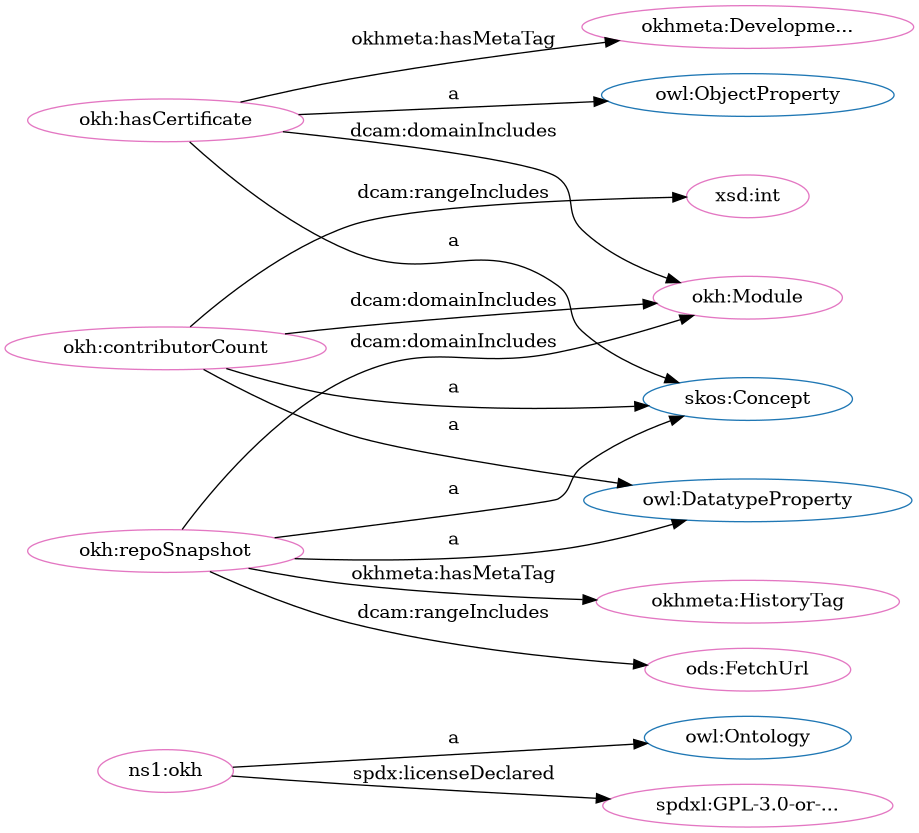
The Graphviz diagram src/spec/dot_okh_proposed.png in iop-alliance/OpenKnowHow, before a commit. Its source is kept beside it as src/spec/dot_okh_proposed.dot.
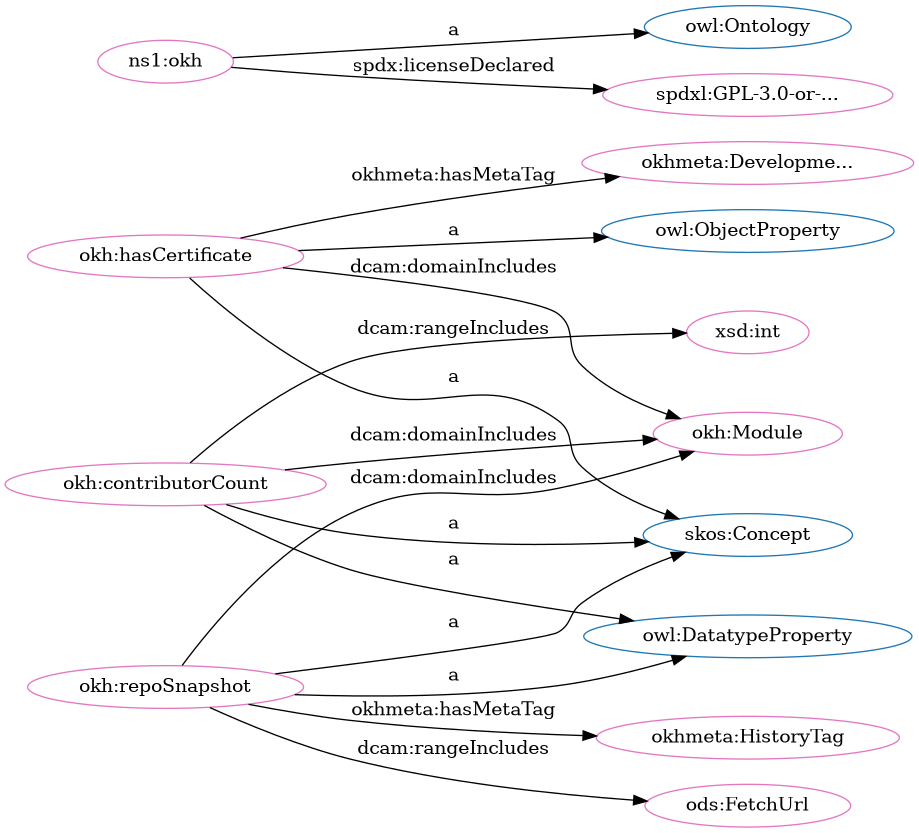
The same diagram one commit later.

The edit, as a diff of the source:
```diff
@@ -1,33 +1,33 @@
 digraph G {
   rankdir=BT
   node[height=.3]
+"http://www.w3.org/2004/02/skos/core#Concept" [fillcolor="#1f77b4" color="#1f77b4" label="skos:Concept"]
 "http://www.w3.org/2002/07/owl#Ontology" [fillcolor="#1f77b4" color="#1f77b4" label="owl:Ontology"]
-"http://www.w3.org/2004/02/skos/core#Concept" [fillcolor="#1f77b4" color="#1f77b4" label="skos:Concept"]
 "http://www.w3.org/2002/07/owl#ObjectProperty" [fillcolor="#1f77b4" color="#1f77b4" label="owl:ObjectProperty"]
 "http://www.w3.org/2002/07/owl#DatatypeProperty" [fillcolor="#1f77b4" color="#1f77b4" label="owl:DatatypeProperty"]
+"http://w3id.org/oseg/ont/okh#hasCertificate" [fillcolor="#e377c2" color="#e377c2" label="okh:hasCertificate"]
+"http://w3id.org/oseg/ont/okh#Module" [fillcolor="#e377c2" color="#e377c2" label="okh:Module"]
+"http://spdx.org/licenses/GPL-3.0-or-later" [fillcolor="#e377c2" color="#e377c2" label="spdxl:GPL-3.0-or-..."]
 "http://w3id.org/oseg/ont/okh" [fillcolor="#e377c2" color="#e377c2" label="ns1:okh"]
+"http://w3id.org/oseg/ont/okh#contributorCount" [fillcolor="#e377c2" color="#e377c2" label="okh:contributorCount"]
+"http://w3id.org/oseg/ont/okh#repoSnapshot" [fillcolor="#e377c2" color="#e377c2" label="okh:repoSnapshot"]
+"http://w3id.org/oseg/ont/okhmeta#HistoryTag" [fillcolor="#e377c2" color="#e377c2" label="okhmeta:HistoryTag"]
+"http://w3id.org/oseg/ont/ods#FetchUrl" [fillcolor="#e377c2" color="#e377c2" label="ods:FetchUrl"]
 "http://www.w3.org/2001/XMLSchema#int" [fillcolor="#e377c2" color="#e377c2" label="xsd:int"]
-"http://w3id.org/oseg/ont/okh#hasCertificate" [fillcolor="#e377c2" color="#e377c2" label="okh:hasCertificate"]
-"http://spdx.org/licenses/GPL-3.0-or-later" [fillcolor="#e377c2" color="#e377c2" label="spdxl:GPL-3.0-or-..."]
-"http://w3id.org/oseg/ont/okh#repoSnapshot" [fillcolor="#e377c2" color="#e377c2" label="okh:repoSnapshot"]
-"http://w3id.org/oseg/ont/okh#Module" [fillcolor="#e377c2" color="#e377c2" label="okh:Module"]
-"http://w3id.org/oseg/ont/okh#contributorCount" [fillcolor="#e377c2" color="#e377c2" label="okh:contributorCount"]
-"http://w3id.org/oseg/ont/ods#FetchUrl" [fillcolor="#e377c2" color="#e377c2" label="ods:FetchUrl"]
-"http://w3id.org/oseg/ont/okhmeta#HistoryTag" [fillcolor="#e377c2" color="#e377c2" label="okhmeta:HistoryTag"]
 "http://w3id.org/oseg/ont/okhmeta#DevelopmentTag" [fillcolor="#e377c2" color="#e377c2" label="okhmeta:Developme..."]
+  "http://w3id.org/oseg/ont/okh#hasCertificate" -> "http://www.w3.org/2004/02/skos/core#Concept" [label="a"]
+  "http://w3id.org/oseg/ont/okh#contributorCount" -> "http://w3id.org/oseg/ont/okh#Module" [label="dcam:domainIncludes"]
+  "http://w3id.org/oseg/ont/okh#repoSnapshot" -> "http://w3id.org/oseg/ont/okh#Module" [label="dcam:domainIncludes"]
+  "http://w3id.org/oseg/ont/okh" -> "http://spdx.org/licenses/GPL-3.0-or-later" [label="spdx:licenseDeclared"]
+  "http://w3id.org/oseg/ont/okh#repoSnapshot" -> "http://www.w3.org/2002/07/owl#DatatypeProperty" [label="a"]
+  "http://w3id.org/oseg/ont/okh#contributorCount" -> "http://www.w3.org/2002/07/owl#DatatypeProperty" [label="a"]
+  "http://w3id.org/oseg/ont/okh#repoSnapshot" -> "http://w3id.org/oseg/ont/okhmeta#HistoryTag" [label="okhmeta:hasMetaTag"]
+  "http://w3id.org/oseg/ont/okh#repoSnapshot" -> "http://www.w3.org/2004/02/skos/core#Concept" [label="a"]
+  "http://w3id.org/oseg/ont/okh#contributorCount" -> "http://www.w3.org/2004/02/skos/core#Concept" [label="a"]
+  "http://w3id.org/oseg/ont/okh#hasCertificate" -> "http://www.w3.org/2002/07/owl#ObjectProperty" [label="a"]
+  "http://w3id.org/oseg/ont/okh" -> "http://www.w3.org/2002/07/owl#Ontology" [label="a"]
+  "http://w3id.org/oseg/ont/okh#hasCertificate" -> "http://w3id.org/oseg/ont/okh#Module" [label="dcam:domainIncludes"]
+  "http://w3id.org/oseg/ont/okh#repoSnapshot" -> "http://w3id.org/oseg/ont/ods#FetchUrl" [label="dcam:rangeIncludes"]
   "http://w3id.org/oseg/ont/okh#contributorCount" -> "http://www.w3.org/2001/XMLSchema#int" [label="dcam:rangeIncludes"]
-  "http://w3id.org/oseg/ont/okh#contributorCount" -> "http://www.w3.org/2004/02/skos/core#Concept" [label="a"]
-  "http://w3id.org/oseg/ont/okh#repoSnapshot" -> "http://w3id.org/oseg/ont/ods#FetchUrl" [label="dcam:rangeIncludes"]
-  "http://w3id.org/oseg/ont/okh#contributorCount" -> "http://www.w3.org/2002/07/owl#DatatypeProperty" [label="a"]
-  "http://w3id.org/oseg/ont/okh#contributorCount" -> "http://w3id.org/oseg/ont/okh#Module" [label="dcam:domainIncludes"]
   "http://w3id.org/oseg/ont/okh#hasCertificate" -> "http://w3id.org/oseg/ont/okhmeta#DevelopmentTag" [label="okhmeta:hasMetaTag"]
-  "http://w3id.org/oseg/ont/okh" -> "http://www.w3.org/2002/07/owl#Ontology" [label="a"]
-  "http://w3id.org/oseg/ont/okh#hasCertificate" -> "http://www.w3.org/2002/07/owl#ObjectProperty" [label="a"]
-  "http://w3id.org/oseg/ont/okh" -> "http://spdx.org/licenses/GPL-3.0-or-later" [label="spdx:licenseDeclared"]
-  "http://w3id.org/oseg/ont/okh#repoSnapshot" -> "http://www.w3.org/2004/02/skos/core#Concept" [label="a"]
-  "http://w3id.org/oseg/ont/okh#repoSnapshot" -> "http://w3id.org/oseg/ont/okh#Module" [label="dcam:domainIncludes"]
-  "http://w3id.org/oseg/ont/okh#repoSnapshot" -> "http://www.w3.org/2002/07/owl#DatatypeProperty" [label="a"]
-  "http://w3id.org/oseg/ont/okh#repoSnapshot" -> "http://w3id.org/oseg/ont/okhmeta#HistoryTag" [label="okhmeta:hasMetaTag"]
-  "http://w3id.org/oseg/ont/okh#hasCertificate" -> "http://w3id.org/oseg/ont/okh#Module" [label="dcam:domainIncludes"]
-  "http://w3id.org/oseg/ont/okh#hasCertificate" -> "http://www.w3.org/2004/02/skos/core#Concept" [label="a"]
 }
```
